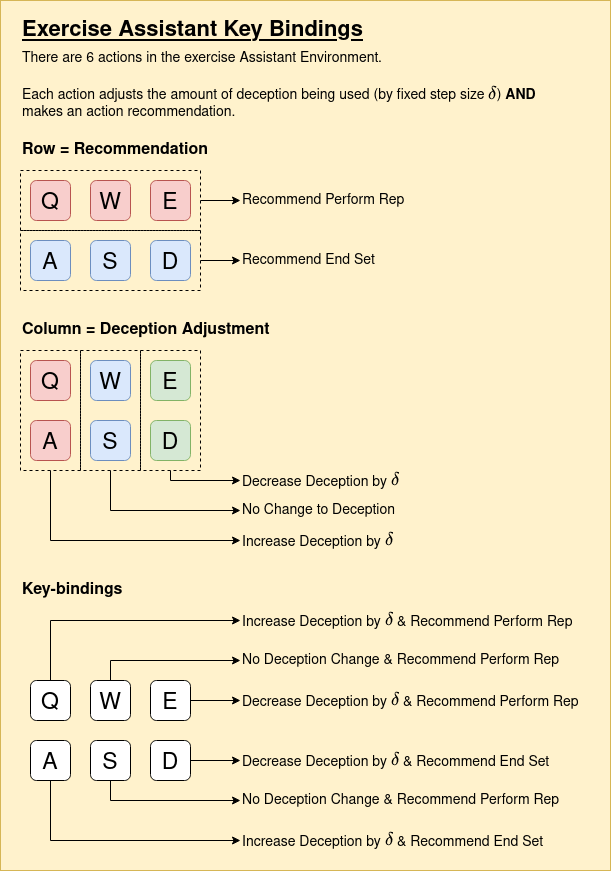
Above: bdgym/envs/exercise_assistant/resources/exercise_assistant_key_bindings.png in RDLLab/benevolent-deception-gym (draw.io), before the change. Source tidied: cells renumbered, new cells last; positions are measured from the earlier drawing's top-left corner, leaving out a move shared by most shapes.
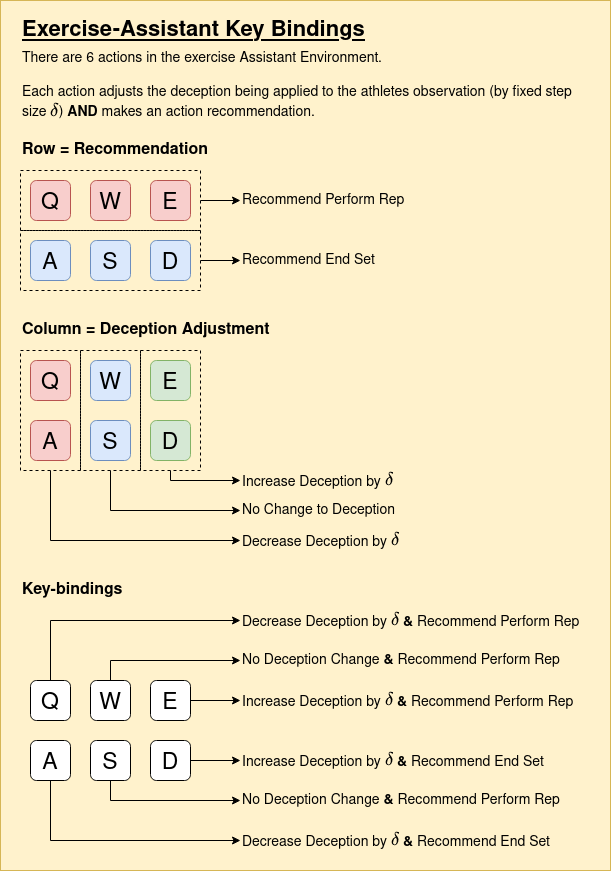
Later version of the same file.

What changed in the source:
```diff
@@ -53,22 +53,22 @@
     <mxCell id="18" value="D" style="rounded=1;whiteSpace=wrap;html=1;fontSize=23;verticalAlign=bottom;" parent="1" vertex="1">
       <mxGeometry x="150" y="740" width="40" height="40" as="geometry" />
     </mxCell>
-    <mxCell id="19" value="Decrease Deception by \(\delta\) &amp;amp; Recommend Perform Rep" style="text;html=1;strokeColor=none;align=left;verticalAlign=middle;whiteSpace=wrap;rounded=0;fontSize=14;" parent="1" vertex="1">
+    <mxCell id="19" value="Increase Deception by \(\delta\) &lt;b&gt;&amp;amp;&lt;/b&gt; Recommend Perform Rep" style="text;html=1;strokeColor=none;align=left;verticalAlign=middle;whiteSpace=wrap;rounded=0;fontSize=14;" parent="1" vertex="1">
       <mxGeometry x="240" y="690" width="370" height="20" as="geometry" />
     </mxCell>
-    <mxCell id="20" value="Decrease Deception by \(\delta\) &amp;amp; Recommend End Set" style="text;html=1;strokeColor=none;align=left;verticalAlign=middle;whiteSpace=wrap;rounded=0;fontSize=14;" parent="1" vertex="1">
+    <mxCell id="20" value="Increase Deception by \(\delta\) &lt;b&gt;&amp;amp;&lt;/b&gt; Recommend End Set" style="text;html=1;strokeColor=none;align=left;verticalAlign=middle;whiteSpace=wrap;rounded=0;fontSize=14;" parent="1" vertex="1">
       <mxGeometry x="240" y="750" width="370" height="20" as="geometry" />
     </mxCell>
-    <mxCell id="21" value="No Deception Change &amp;amp; Recommend Perform Rep" style="text;html=1;strokeColor=none;align=left;verticalAlign=middle;whiteSpace=wrap;rounded=0;fontSize=14;" parent="1" vertex="1">
+    <mxCell id="21" value="No Deception Change &lt;b&gt;&amp;amp;&lt;/b&gt; Recommend Perform Rep" style="text;html=1;strokeColor=none;align=left;verticalAlign=middle;whiteSpace=wrap;rounded=0;fontSize=14;" parent="1" vertex="1">
       <mxGeometry x="240" y="650" width="330" height="20" as="geometry" />
     </mxCell>
-    <mxCell id="22" value="No Deception Change &amp;amp; Recommend Perform Rep" style="text;html=1;strokeColor=none;align=left;verticalAlign=middle;whiteSpace=wrap;rounded=0;fontSize=14;" parent="1" vertex="1">
+    <mxCell id="22" value="No Deception Change &lt;b&gt;&amp;amp;&lt;/b&gt; Recommend Perform Rep" style="text;html=1;strokeColor=none;align=left;verticalAlign=middle;whiteSpace=wrap;rounded=0;fontSize=14;" parent="1" vertex="1">
       <mxGeometry x="240" y="790" width="340" height="20" as="geometry" />
     </mxCell>
-    <mxCell id="23" value="Increase Deception by \(\delta\) &amp;amp; Recommend Perform Rep" style="text;html=1;strokeColor=none;align=left;verticalAlign=middle;whiteSpace=wrap;rounded=0;fontSize=14;" parent="1" vertex="1">
+    <mxCell id="23" value="Decrease Deception by \(\delta\) &lt;b&gt;&amp;amp;&lt;/b&gt; Recommend Perform Rep" style="text;html=1;strokeColor=none;align=left;verticalAlign=middle;whiteSpace=wrap;rounded=0;fontSize=14;" parent="1" vertex="1">
       <mxGeometry x="240" y="610" width="370" height="20" as="geometry" />
     </mxCell>
-    <mxCell id="24" value="Increase Deception by \(\delta\) &amp;amp; Recommend End Set" style="text;html=1;strokeColor=none;align=left;verticalAlign=middle;whiteSpace=wrap;rounded=0;fontSize=14;" parent="1" vertex="1">
+    <mxCell id="24" value="Decrease Deception by \(\delta\) &lt;b&gt;&amp;amp;&lt;/b&gt; Recommend End Set" style="text;html=1;strokeColor=none;align=left;verticalAlign=middle;whiteSpace=wrap;rounded=0;fontSize=14;" parent="1" vertex="1">
       <mxGeometry x="240" y="830" width="370" height="20" as="geometry" />
     </mxCell>
     <mxCell id="25" value="Q" style="rounded=1;whiteSpace=wrap;html=1;fontSize=23;verticalAlign=bottom;fillColor=#f8cecc;strokeColor=#b85450;" parent="1" vertex="1">
@@ -129,7 +129,7 @@
     <mxCell id="42" value="D" style="rounded=1;whiteSpace=wrap;html=1;fontSize=23;verticalAlign=bottom;fillColor=#d5e8d4;strokeColor=#82b366;" parent="1" vertex="1">
       <mxGeometry x="150" y="420" width="40" height="40" as="geometry" />
     </mxCell>
-    <mxCell id="43" value="Increase Deception by \(\delta\)" style="rounded=0;whiteSpace=wrap;html=1;fontSize=14;align=left;dashed=1;strokeColor=none;fillColor=none;" parent="1" vertex="1">
+    <mxCell id="43" value="Decrease Deception by \(\delta\)" style="rounded=0;whiteSpace=wrap;html=1;fontSize=14;align=left;dashed=1;strokeColor=none;fillColor=none;" parent="1" vertex="1">
       <mxGeometry x="240" y="520" width="310" height="40" as="geometry" />
     </mxCell>
     <mxCell id="44" style="edgeStyle=orthogonalEdgeStyle;rounded=0;jettySize=auto;html=1;exitX=0.5;exitY=1;exitDx=0;exitDy=0;entryX=0;entryY=0.5;entryDx=0;entryDy=0;fontSize=14;" parent="1" edge="1" source="34" target="45">
@@ -145,17 +145,17 @@
         </Array>
       </mxGeometry>
     </mxCell>
-    <mxCell id="47" value="Decrease Deception by \(\delta\)" style="rounded=0;whiteSpace=wrap;html=1;fontSize=14;align=left;dashed=1;strokeColor=none;fillColor=none;" parent="1" vertex="1">
+    <mxCell id="47" value="Increase Deception by \(\delta\)" style="rounded=0;whiteSpace=wrap;html=1;fontSize=14;align=left;dashed=1;strokeColor=none;fillColor=none;" parent="1" vertex="1">
       <mxGeometry x="240" y="460" width="300" height="40" as="geometry" />
     </mxCell>
-    <mxCell id="48" value="Exercise Assistant Key Bindings" style="text;html=1;strokeColor=none;fillColor=none;align=left;verticalAlign=middle;whiteSpace=wrap;rounded=0;dashed=1;fontSize=22;fontStyle=5;" parent="1" vertex="1">
+    <mxCell id="48" value="Exercise-Assistant Key Bindings" style="text;html=1;strokeColor=none;fillColor=none;align=left;verticalAlign=middle;whiteSpace=wrap;rounded=0;dashed=1;fontSize=22;fontStyle=5;" parent="1" vertex="1">
       <mxGeometry x="20" y="10" width="560" height="40" as="geometry" />
     </mxCell>
     <mxCell id="49" value="&lt;span style=&quot;font-size: 16px;&quot;&gt;Row = Recommendation&lt;/span&gt;" style="text;html=1;strokeColor=none;fillColor=none;align=left;verticalAlign=middle;whiteSpace=wrap;rounded=0;dashed=1;fontSize=16;fontStyle=1;" parent="1" vertex="1">
       <mxGeometry x="20" y="130" width="560" height="40" as="geometry" />
     </mxCell>
-    <mxCell id="50" value="&lt;div&gt;There are 6 actions in the exercise Assistant Environment. &lt;br&gt;&lt;/div&gt;&lt;div&gt;&lt;br&gt;&lt;/div&gt;&lt;div&gt;Each action adjusts the amount of deception being used (by fixed step size \(\delta\)) &lt;b&gt;AND&lt;/b&gt; makes an action recommendation.&lt;br&gt;&lt;/div&gt;" style="text;html=1;strokeColor=none;fillColor=none;align=left;verticalAlign=middle;whiteSpace=wrap;rounded=0;dashed=1;fontSize=14;fontStyle=0;" parent="1" vertex="1">
-      <mxGeometry x="20" y="60" width="560" height="50" as="geometry" />
+    <mxCell id="50" value="&lt;div&gt;There are 6 actions in the exercise Assistant Environment. &lt;br&gt;&lt;/div&gt;&lt;div&gt;&lt;br&gt;&lt;/div&gt;&lt;div&gt;Each action adjusts the deception being applied to the athletes observation (by fixed step size \(\delta\)) &lt;b&gt;AND&lt;/b&gt; makes an action recommendation.&lt;br&gt;&lt;/div&gt;" style="text;html=1;strokeColor=none;fillColor=none;align=left;verticalAlign=middle;whiteSpace=wrap;rounded=0;dashed=1;fontSize=14;fontStyle=0;" parent="1" vertex="1">
+      <mxGeometry x="20" y="50" width="560" height="70" as="geometry" />
     </mxCell>
     <mxCell id="51" value="Column&lt;span style=&quot;font-size: 16px;&quot;&gt; = Deception Adjustment&lt;br style=&quot;font-size: 16px;&quot;&gt;&lt;/span&gt;" style="text;html=1;strokeColor=none;fillColor=none;align=left;verticalAlign=middle;whiteSpace=wrap;rounded=0;dashed=1;fontSize=16;fontStyle=1;" parent="1" vertex="1">
       <mxGeometry x="20" y="310" width="560" height="40" as="geometry" />
```
